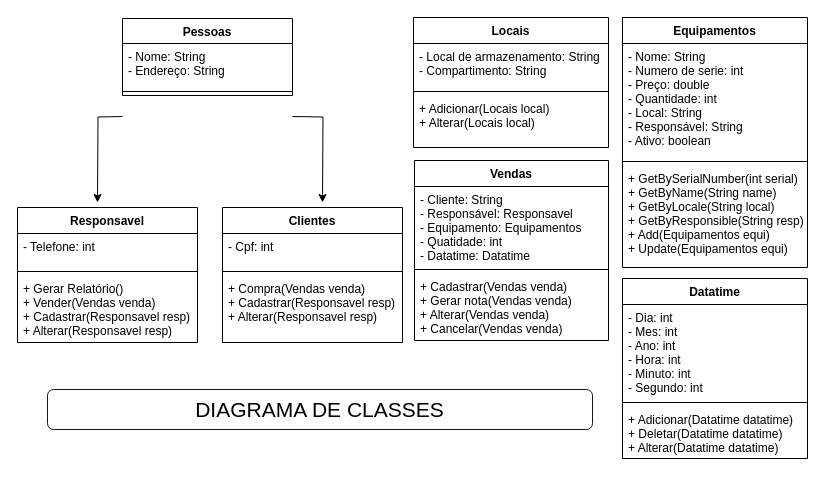
This is DiagramaClasses.drawio from Edsonalencar/HauseTech, a draw.io file, before an edit. Source tidied: cells renumbered, new cells numbered last; positions are measured from the earlier drawing's top-left corner, leaving out a move shared by most shapes. Both pictures are drawn from the tidied source at 100%, with x=0, y=0 at pixel (17, 17).
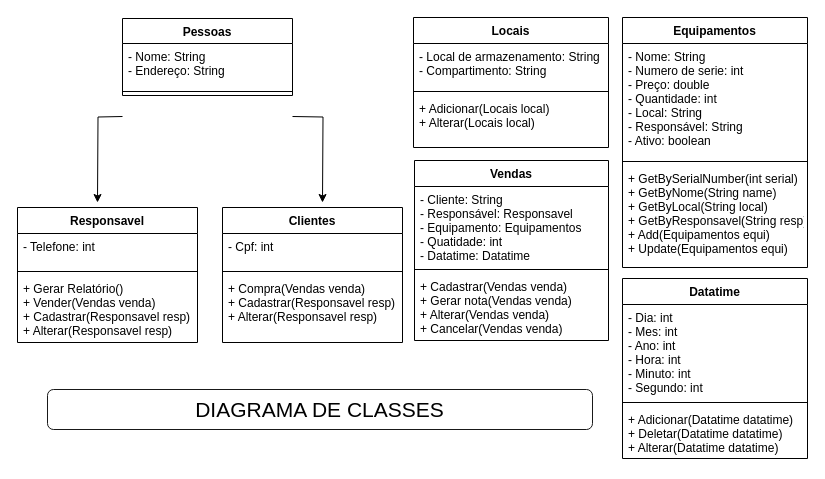
Above is the later version.

The change refers to these unchanged cells:
```xml
<mxCell id="10" value="Equipamentos" style="swimlane;fontStyle=1;align=center;verticalAlign=top;horizontal=1;startSize=26;" parent="1" vertex="1">
  <mxGeometry x="605" width="185" height="250" as="geometry" />
</mxCell>
```

Diff of the diagram source:
```diff
@@
-    <mxCell id="13" value="+ GetBySerialNumber(int serial)&#10;+ GetByName(String name)&#10;+ GetByLocale(String local)&#10;+ GetByResponsible(String resp)&#10;+ Add(Equipamentos equi)&#10;+ Update(Equipamentos equi)&#10;" style="text;strokeColor=none;fillColor=none;align=left;verticalAlign=top;spacingLeft=4;spacingRight=4;overflow=hidden;" parent="10" vertex="1">
+    <mxCell id="13" value="+ GetBySerialNumber(int serial)&#10;+ GetByNome(String name)&#10;+ GetByLocal(String local)&#10;+ GetByResponsavel(String resp)&#10;+ Add(Equipamentos equi)&#10;+ Update(Equipamentos equi)&#10;" style="text;strokeColor=none;fillColor=none;align=left;verticalAlign=top;spacingLeft=4;spacingRight=4;overflow=hidden;" parent="10" vertex="1">
       <mxGeometry y="148" width="185" height="102" as="geometry" />
     </mxCell>
```
